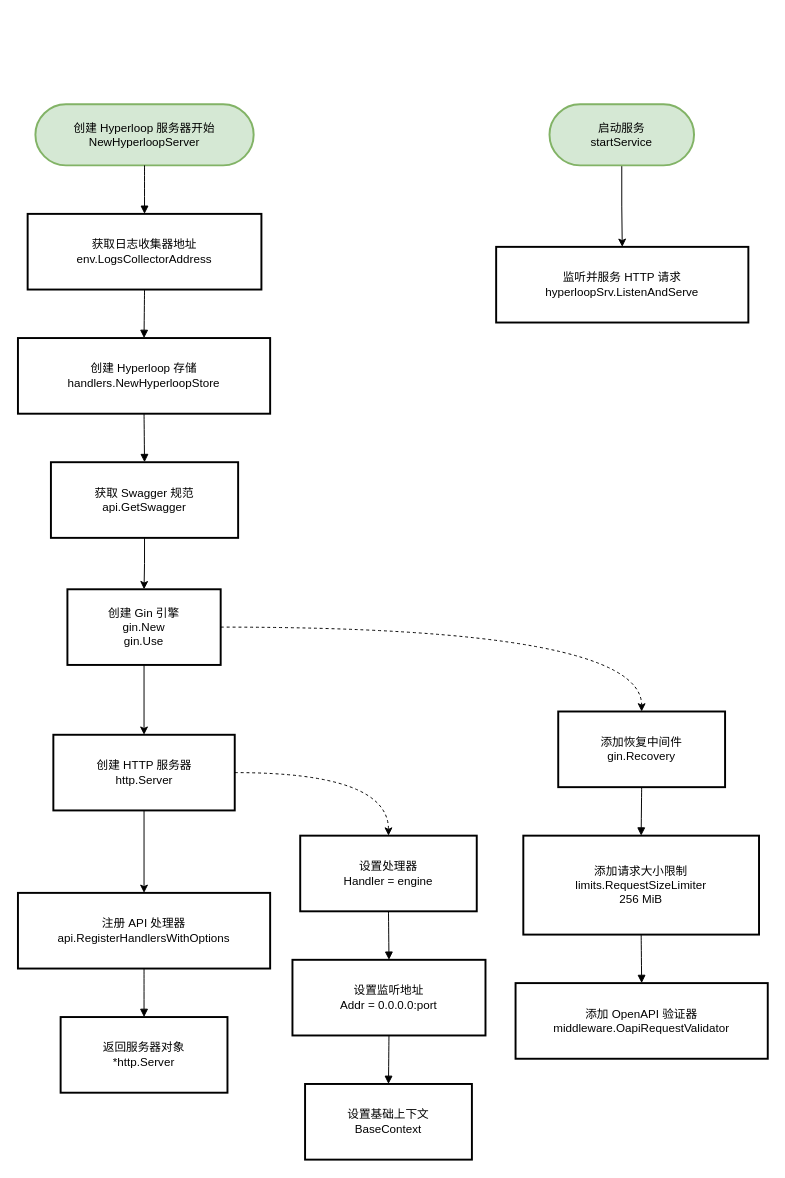
Earlier version of the draw.io diagram page "Hyperloop Server" (5 of 5) of Orchestrator/E2B_Orchestrator_main.drawio (hejunyi-cmcccit/25H2-E2B). Source tidied: cells renumbered, new cells numbered last; positions are measured from the earlier drawing's top-left corner, leaving out a move shared by most shapes. Both pictures are drawn from the tidied source at 97%, with x=0, y=0 at pixel (17, 104).
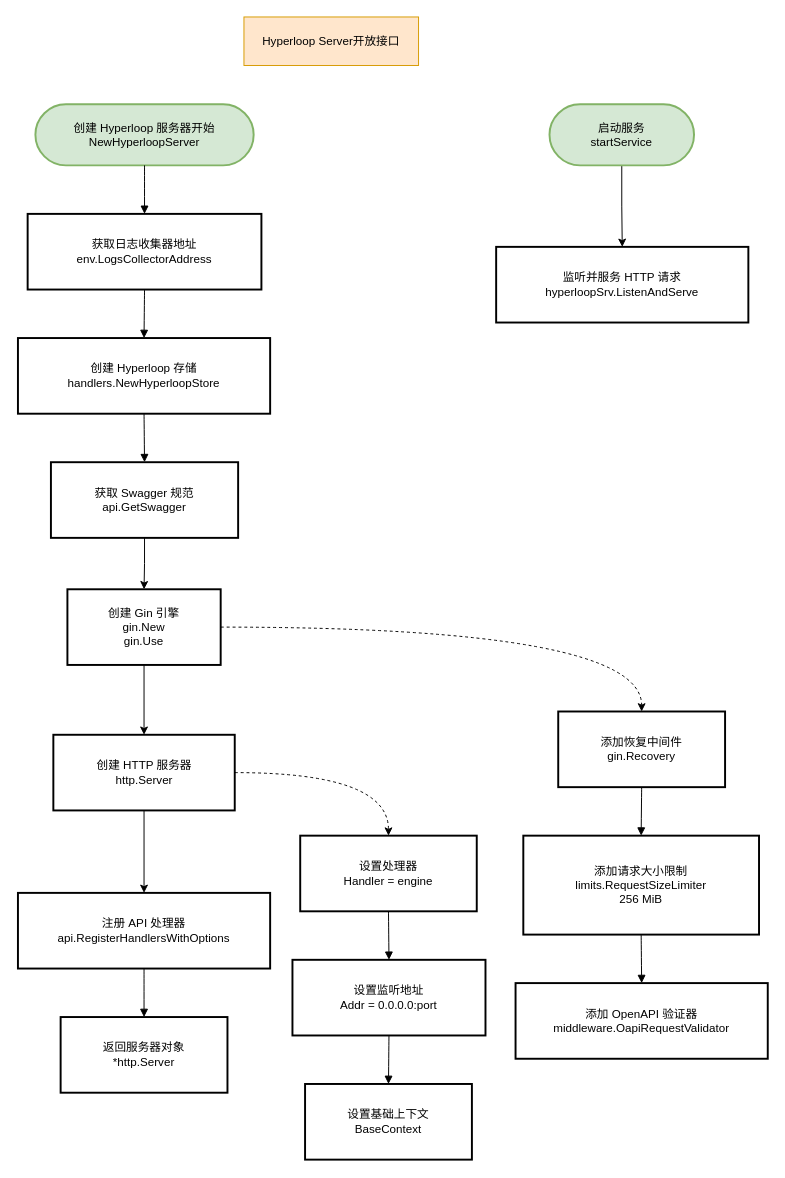
Above is the later version.

Change to the diagram source:
```diff
@@
+    <mxCell id="32" value="Hyperloop Server开放接口" style="rounded=0;whiteSpace=wrap;html=1;fillColor=#ffe6cc;strokeColor=#d79b00;" parent="1" vertex="1">
+      <mxGeometry x="233" y="-90" width="180" height="50" as="geometry" />
+    </mxCell>
```
